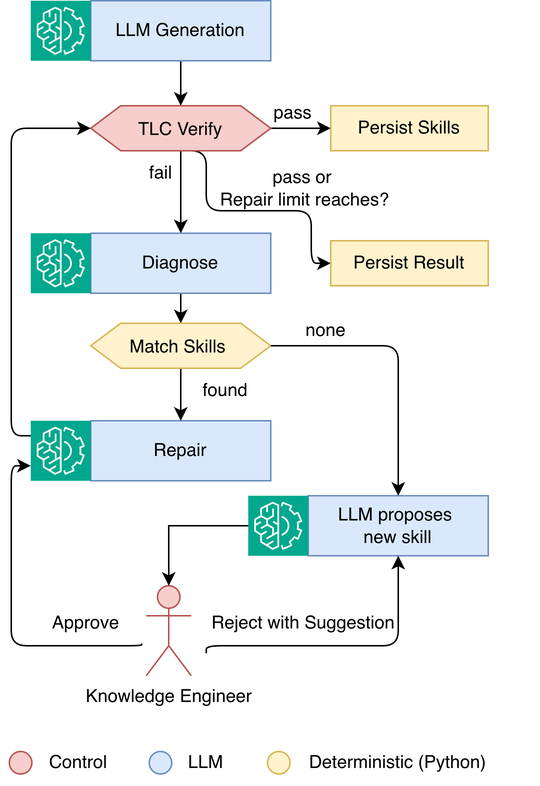
Above: images/AgenticControlLoop.drawio.png in Prof-it/formal-verification (draw.io), before the change. Source tidied: cells renumbered, new cells last; positions are measured from the earlier drawing's top-left corner, leaving out a move shared by most shapes.
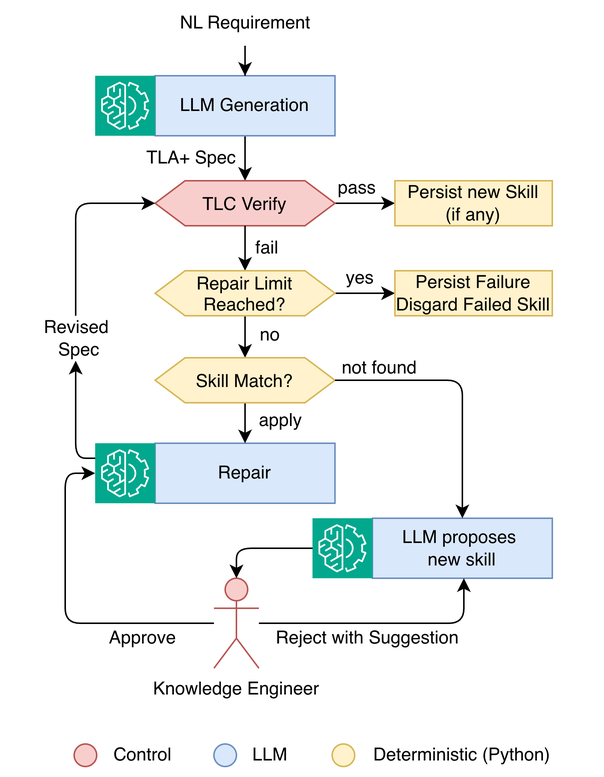
The same diagram one commit later.

Change to the diagram source:
```diff
@@ -6,145 +6,147 @@
       <mxGeometry relative="1" as="geometry" />
     </mxCell>
     <mxCell id="3" value="&lt;font&gt;LLM Generation&lt;/font&gt;" style="rounded=0;whiteSpace=wrap;html=1;fillColor=#dae8fc;strokeColor=#6c8ebf;" parent="1" vertex="1">
-      <mxGeometry x="54" width="120" height="40" as="geometry" />
+      <mxGeometry x="5" width="120" height="40" as="geometry" />
     </mxCell>
-    <mxCell id="4" style="edgeStyle=orthogonalEdgeStyle;rounded=1;jettySize=auto;html=1;curved=0;exitX=0.25;exitY=0;exitDx=0;exitDy=0;" parent="1" edge="1" source="11" target="17">
-      <mxGeometry x="0.27" relative="1" as="geometry">
-        <Array as="points">
-          <mxPoint x="131" y="100" />
-          <mxPoint x="131" y="140" />
-          <mxPoint x="201" y="140" />
-          <mxPoint x="201" y="175" />
-        </Array>
-      </mxGeometry>
+    <mxCell id="4" style="edgeStyle=orthogonalEdgeStyle;rounded=1;jettySize=auto;html=1;curved=0;exitX=1;exitY=0.5;exitDx=0;exitDy=0;" parent="1" edge="1" source="41" target="17">
+      <mxGeometry x="-0.12" relative="1" as="geometry" />
     </mxCell>
-    <mxCell id="5" style="edgeStyle=orthogonalEdgeStyle;rounded=0;jettySize=auto;html=1;entryX=0.5;entryY=0;entryDx=0;entryDy=0;" parent="1" edge="1" source="7" target="10">
-      <mxGeometry relative="1" as="geometry" />
+    <mxCell id="5" style="edgeStyle=orthogonalEdgeStyle;rounded=0;jettySize=auto;html=1;entryX=0.5;entryY=0;entryDx=0;entryDy=0;" parent="1" edge="1" source="41" target="16">
+      <mxGeometry x="0.38" relative="1" as="geometry" />
     </mxCell>
     <mxCell id="6" style="edgeStyle=orthogonalEdgeStyle;rounded=1;jettySize=auto;html=1;curved=0;" parent="1" edge="1" source="7" target="30">
       <mxGeometry x="0.11" relative="1" as="geometry" />
     </mxCell>
     <mxCell id="7" value="&lt;font&gt;TLC Verify&lt;/font&gt;" style="shape=hexagon;perimeter=hexagonPerimeter2;whiteSpace=wrap;html=1;shapeInside=1;fixedSize=1;fillColor=#f8cecc;strokeColor=#b85450;" parent="1" vertex="1">
-      <mxGeometry x="54" y="70" width="120" height="30" as="geometry" />
+      <mxGeometry x="5" y="70" width="120" height="30" as="geometry" />
     </mxCell>
     <mxCell id="8" value="pass" style="text;html=1;whiteSpace=wrap;strokeColor=none;fillColor=none;align=center;verticalAlign=middle;rounded=0;" parent="1" vertex="1">
-      <mxGeometry x="159" y="60" width="60" height="30" as="geometry" />
+      <mxGeometry x="110" y="60" width="60" height="30" as="geometry" />
     </mxCell>
-    <mxCell id="9" style="edgeStyle=orthogonalEdgeStyle;rounded=0;jettySize=auto;html=1;" parent="1" edge="1" source="10" target="16">
-      <mxGeometry relative="1" as="geometry" />
-    </mxCell>
-    <mxCell id="10" value="&lt;font&gt;Diagnose&lt;/font&gt;" style="rounded=0;whiteSpace=wrap;html=1;fillColor=#dae8fc;strokeColor=#6c8ebf;" parent="1" vertex="1">
-      <mxGeometry x="54" y="155" width="120" height="40" as="geometry" />
-    </mxCell>
     <mxCell id="11" value="fail" style="text;html=1;whiteSpace=wrap;strokeColor=none;fillColor=none;align=center;verticalAlign=middle;rounded=0;" parent="1" vertex="1">
-      <mxGeometry x="71" y="100" width="60" height="30" as="geometry" />
+      <mxGeometry x="50" y="100" width="60" height="30" as="geometry" />
     </mxCell>
     <mxCell id="12" style="edgeStyle=orthogonalEdgeStyle;rounded=1;jettySize=auto;html=1;entryX=0;entryY=0.5;entryDx=0;entryDy=0;strokeColor=none;curved=0;" parent="1" edge="1" source="14" target="7">
       <mxGeometry x="-0.19" relative="1" as="geometry">
         <Array as="points">
-          <mxPoint x="11" y="295" />
-          <mxPoint x="11" y="95" />
+          <mxPoint x="-38" y="295" />
+          <mxPoint x="-38" y="95" />
         </Array>
       </mxGeometry>
     </mxCell>
-    <mxCell id="13" style="edgeStyle=orthogonalEdgeStyle;rounded=1;jettySize=auto;html=1;entryX=0;entryY=0.5;entryDx=0;entryDy=0;curved=0;exitX=0;exitY=0.25;exitDx=0;exitDy=0;exitPerimeter=0;" parent="1" edge="1" source="39" target="7">
-      <mxGeometry x="-0.25" relative="1" as="geometry">
+    <mxCell id="13" style="edgeStyle=orthogonalEdgeStyle;rounded=1;jettySize=auto;html=1;entryX=0;entryY=0.5;entryDx=0;entryDy=0;curved=0;" parent="1" edge="1" source="46" target="7">
+      <mxGeometry x="-0.89" relative="1" as="geometry">
         <Array as="points">
-          <mxPoint x="1" y="290" />
-          <mxPoint x="1" y="85" />
+          <mxPoint x="-48" y="85" />
         </Array>
       </mxGeometry>
     </mxCell>
     <mxCell id="14" value="Repair" style="rounded=0;whiteSpace=wrap;html=1;fillColor=#dae8fc;strokeColor=#6c8ebf;" parent="1" vertex="1">
-      <mxGeometry x="54" y="280" width="120" height="40" as="geometry" />
+      <mxGeometry x="5" y="245" width="120" height="40" as="geometry" />
     </mxCell>
     <mxCell id="15" style="edgeStyle=orthogonalEdgeStyle;rounded=0;jettySize=auto;html=1;" parent="1" edge="1" source="16" target="14">
       <mxGeometry relative="1" as="geometry" />
     </mxCell>
-    <mxCell id="16" value="&lt;font&gt;Match Skills&amp;nbsp;&lt;/font&gt;" style="shape=hexagon;perimeter=hexagonPerimeter2;whiteSpace=wrap;html=1;shapeInside=1;fixedSize=1;fillColor=#fff2cc;strokeColor=#d6b656;" parent="1" vertex="1">
-      <mxGeometry x="54" y="215" width="120" height="30" as="geometry" />
+    <mxCell id="16" value="Skill Match?" style="shape=hexagon;perimeter=hexagonPerimeter2;whiteSpace=wrap;html=1;shapeInside=1;fixedSize=1;fillColor=#fff2cc;strokeColor=#d6b656;" parent="1" vertex="1">
+      <mxGeometry x="5" y="188" width="120" height="30" as="geometry" />
     </mxCell>
-    <mxCell id="17" value="Persist&amp;nbsp;&lt;span style=&quot;background-color: transparent; color: light-dark(rgb(0, 0, 0), rgb(255, 255, 255));&quot;&gt;Result&lt;/span&gt;" style="rounded=0;whiteSpace=wrap;html=1;fillColor=#fff2cc;strokeColor=#d6b656;" parent="1" vertex="1">
-      <mxGeometry x="214" y="160" width="105" height="30" as="geometry" />
+    <mxCell id="17" value="Persist&amp;nbsp;&lt;span style=&quot;background-color: transparent; color: light-dark(rgb(0, 0, 0), rgb(255, 255, 255));&quot;&gt;Failure&lt;/span&gt;&lt;div&gt;Disgard Failed Skill&lt;/div&gt;" style="rounded=0;whiteSpace=wrap;html=1;fillColor=#fff2cc;strokeColor=#d6b656;" parent="1" vertex="1">
+      <mxGeometry x="165" y="130" width="105" height="30" as="geometry" />
     </mxCell>
-    <mxCell id="18" value="found" style="text;html=1;whiteSpace=wrap;strokeColor=none;fillColor=none;align=center;verticalAlign=middle;rounded=0;" parent="1" vertex="1">
-      <mxGeometry x="114" y="245" width="60" height="30" as="geometry" />
+    <mxCell id="18" value="apply" style="text;html=1;whiteSpace=wrap;strokeColor=none;fillColor=none;align=center;verticalAlign=middle;rounded=0;" parent="1" vertex="1">
+      <mxGeometry x="59" y="215" width="60" height="30" as="geometry" />
     </mxCell>
     <mxCell id="19" value="LLM proposes&amp;nbsp;&lt;div&gt;new skill&lt;/div&gt;" style="rounded=0;whiteSpace=wrap;html=1;fillColor=#dae8fc;strokeColor=#6c8ebf;" parent="1" vertex="1">
-      <mxGeometry x="199" y="330" width="120" height="40" as="geometry" />
+      <mxGeometry x="150" y="295" width="120" height="40" as="geometry" />
     </mxCell>
     <mxCell id="20" style="edgeStyle=orthogonalEdgeStyle;rounded=1;jettySize=auto;html=1;entryX=0.5;entryY=0;entryDx=0;entryDy=0;exitX=1;exitY=0.5;exitDx=0;exitDy=0;curved=0;" parent="1" edge="1" source="16" target="19">
       <mxGeometry x="0.19" relative="1" as="geometry" />
     </mxCell>
-    <mxCell id="21" style="edgeStyle=orthogonalEdgeStyle;rounded=1;jettySize=auto;html=1;exitX=-0.075;exitY=0.642;exitDx=0;exitDy=0;exitPerimeter=0;curved=0;entryX=0;entryY=0.75;entryDx=0;entryDy=0;entryPerimeter=0;" parent="1" edge="1" target="39">
-      <mxGeometry x="0.07" relative="1" as="geometry">
-        <mxPoint x="88" y="428.5" as="sourcePoint" />
-        <Array as="points">
-          <mxPoint x="88" y="430" />
-          <mxPoint x="1" y="430" />
-          <mxPoint x="1" y="310" />
-        </Array>
-      </mxGeometry>
-    </mxCell>
-    <mxCell id="22" style="edgeStyle=orthogonalEdgeStyle;rounded=1;jettySize=auto;html=1;entryX=0.5;entryY=1;entryDx=0;entryDy=0;exitX=1;exitY=0.75;exitDx=0;exitDy=0;curved=0;" parent="1" edge="1" target="19">
-      <mxGeometry x="0.05" relative="1" as="geometry">
-        <mxPoint x="131" y="435" as="sourcePoint" />
-        <Array as="points">
-          <mxPoint x="131" y="430" />
-          <mxPoint x="259" y="430" />
-        </Array>
-      </mxGeometry>
-    </mxCell>
     <mxCell id="23" style="sketch=0;fontColor=#232F3E;fillColor=#01A88D;strokeColor=#ffffff;dashed=0;verticalLabelPosition=bottom;verticalAlign=top;align=center;html=1;fontSize=12;fontStyle=0;shape=mxgraph.aws4.resourceIcon;resIcon=mxgraph.aws4.machine_learning;" parent="1" vertex="1">
-      <mxGeometry x="14" width="40" height="40" as="geometry" />
+      <mxGeometry x="-35" width="40" height="40" as="geometry" />
     </mxCell>
     <mxCell id="24" style="sketch=0;points=[[0,0,0],[0.25,0,0],[0.5,0,0],[0.75,0,0],[1,0,0],[0,1,0],[0.25,1,0],[0.5,1,0],[0.75,1,0],[1,1,0],[0,0.25,0],[0,0.5,0],[0,0.75,0],[1,0.25,0],[1,0.5,0],[1,0.75,0]];outlineConnect=0;fontColor=#232F3E;fillColor=#01A88D;strokeColor=#ffffff;dashed=0;verticalLabelPosition=bottom;verticalAlign=top;align=center;html=1;fontSize=12;fontStyle=0;shape=mxgraph.aws4.resourceIcon;resIcon=mxgraph.aws4.machine_learning;" parent="1" vertex="1">
-      <mxGeometry x="159" y="330" width="40" height="40" as="geometry" />
+      <mxGeometry x="110" y="295" width="40" height="40" as="geometry" />
     </mxCell>
     <mxCell id="25" value="Approve" style="text;html=1;whiteSpace=wrap;strokeColor=none;fillColor=none;align=center;verticalAlign=middle;rounded=0;" parent="1" vertex="1">
-      <mxGeometry x="21" y="400" width="60" height="30" as="geometry" />
+      <mxGeometry x="-32.8" y="367.5" width="60" height="15" as="geometry" />
     </mxCell>
     <mxCell id="26" value="Reject with Suggestion" style="text;html=1;whiteSpace=wrap;strokeColor=none;fillColor=none;align=center;verticalAlign=middle;rounded=0;" parent="1" vertex="1">
-      <mxGeometry x="131" y="400" width="130" height="30" as="geometry" />
+      <mxGeometry x="82" y="360" width="130" height="30" as="geometry" />
     </mxCell>
     <mxCell id="27" value="Knowledge&amp;nbsp;&lt;span style=&quot;background-color: transparent; color: light-dark(rgb(0, 0, 0), rgb(255, 255, 255));&quot;&gt;Engineer&lt;/span&gt;" style="shape=umlActor;verticalLabelPosition=bottom;verticalAlign=top;html=1;outlineConnect=0;fillColor=#f8cecc;strokeColor=#b85450;" parent="1" vertex="1">
-      <mxGeometry x="91" y="390" width="30" height="60" as="geometry" />
+      <mxGeometry x="44.2" y="335" width="30" height="60" as="geometry" />
     </mxCell>
-    <mxCell id="28" value="none" style="text;html=1;whiteSpace=wrap;strokeColor=none;fillColor=none;align=center;verticalAlign=middle;rounded=0;" parent="1" vertex="1">
-      <mxGeometry x="181" y="205" width="60" height="30" as="geometry" />
+    <mxCell id="28" value="not found" style="text;html=1;whiteSpace=wrap;strokeColor=none;fillColor=none;align=center;verticalAlign=middle;rounded=0;" parent="1" vertex="1">
+      <mxGeometry x="125" y="180" width="60" height="30" as="geometry" />
     </mxCell>
-    <mxCell id="29" style="edgeStyle=orthogonalEdgeStyle;rounded=0;jettySize=auto;html=1;entryX=0.5;entryY=0;entryDx=0;entryDy=0;entryPerimeter=0;" parent="1" edge="1" source="24" target="27">
+    <mxCell id="29" style="edgeStyle=orthogonalEdgeStyle;rounded=1;jettySize=auto;html=1;entryX=0.5;entryY=0;entryDx=0;entryDy=0;entryPerimeter=0;curved=0;" parent="1" edge="1" source="24" target="27">
       <mxGeometry relative="1" as="geometry" />
     </mxCell>
-    <mxCell id="30" value="&lt;span style=&quot;background-color: transparent; color: light-dark(rgb(0, 0, 0), rgb(255, 255, 255));&quot;&gt;Persist Skills&lt;/span&gt;" style="rounded=0;whiteSpace=wrap;html=1;fillColor=#fff2cc;strokeColor=#d6b656;" parent="1" vertex="1">
-      <mxGeometry x="214" y="70" width="105" height="30" as="geometry" />
+    <mxCell id="30" value="&lt;span style=&quot;background-color: transparent; color: light-dark(rgb(0, 0, 0), rgb(255, 255, 255));&quot;&gt;Persist new Skill&lt;/span&gt;&lt;div&gt;&lt;span style=&quot;background-color: transparent; color: light-dark(rgb(0, 0, 0), rgb(255, 255, 255));&quot;&gt;(if any)&lt;/span&gt;&lt;/div&gt;" style="rounded=0;whiteSpace=wrap;html=1;fillColor=#fff2cc;strokeColor=#d6b656;" parent="1" vertex="1">
+      <mxGeometry x="165" y="70" width="105" height="30" as="geometry" />
     </mxCell>
-    <mxCell id="31" style="sketch=0;fontColor=#232F3E;fillColor=#01A88D;strokeColor=#ffffff;dashed=0;verticalLabelPosition=bottom;verticalAlign=top;align=center;html=1;fontSize=12;fontStyle=0;shape=mxgraph.aws4.resourceIcon;resIcon=mxgraph.aws4.machine_learning;" parent="1" vertex="1">
-      <mxGeometry x="14" y="155" width="40" height="40" as="geometry" />
-    </mxCell>
     <mxCell id="32" style="ellipse;whiteSpace=wrap;html=1;shapeInside=1;fillColor=#f8cecc;strokeColor=#b85450;" parent="1" vertex="1">
-      <mxGeometry x="-0.2" y="500.5" width="15" height="15" as="geometry" />
+      <mxGeometry x="-49" y="445.5" width="15" height="15" as="geometry" />
     </mxCell>
     <mxCell id="33" value="Control" style="text;html=1;whiteSpace=wrap;strokeColor=none;fillColor=none;align=center;verticalAlign=middle;rounded=0;" parent="1" vertex="1">
-      <mxGeometry x="16" y="493" width="60" height="30" as="geometry" />
+      <mxGeometry x="-32.8" y="438" width="60" height="30" as="geometry" />
     </mxCell>
     <mxCell id="34" style="ellipse;whiteSpace=wrap;html=1;shapeInside=1;fillColor=#fff2cc;strokeColor=#d6b656;" parent="1" vertex="1">
-      <mxGeometry x="171.9" y="500.5" width="15" height="15" as="geometry" />
+      <mxGeometry x="123.1" y="445.5" width="15" height="15" as="geometry" />
     </mxCell>
     <mxCell id="35" value="Deterministic (Python)" style="text;html=1;whiteSpace=wrap;strokeColor=none;fillColor=none;align=center;verticalAlign=middle;rounded=0;" parent="1" vertex="1">
-      <mxGeometry x="164.9" y="493" width="188.2" height="30" as="geometry" />
+      <mxGeometry x="116.1" y="438" width="188.2" height="30" as="geometry" />
     </mxCell>
     <mxCell id="36" style="ellipse;whiteSpace=wrap;html=1;shapeInside=1;fillColor=#dae8fc;strokeColor=#6c8ebf;" parent="1" vertex="1">
-      <mxGeometry x="93" y="500.5" width="15" height="15" as="geometry" />
+      <mxGeometry x="44.2" y="445.5" width="15" height="15" as="geometry" />
     </mxCell>
     <mxCell id="37" value="LLM" style="text;html=1;whiteSpace=wrap;strokeColor=none;fillColor=none;align=center;verticalAlign=middle;rounded=0;" parent="1" vertex="1">
-      <mxGeometry x="100.5" y="493" width="60" height="30" as="geometry" />
+      <mxGeometry x="51.8" y="438" width="60" height="30" as="geometry" />
     </mxCell>
-    <mxCell id="38" value="pass or&amp;nbsp;&lt;div&gt;Repair limit reaches?&lt;/div&gt;" style="text;html=1;whiteSpace=wrap;strokeColor=none;fillColor=none;align=center;verticalAlign=middle;rounded=0;" parent="1" vertex="1">
-      <mxGeometry x="131.5" y="110" width="130" height="30" as="geometry" />
-    </mxCell>
     <mxCell id="39" style="sketch=0;points=[[0,0,0],[0.25,0,0],[0.5,0,0],[0.75,0,0],[1,0,0],[0,1,0],[0.25,1,0],[0.5,1,0],[0.75,1,0],[1,1,0],[0,0.25,0],[0,0.5,0],[0,0.75,0],[1,0.25,0],[1,0.5,0],[1,0.75,0]];outlineConnect=0;fontColor=#232F3E;fillColor=#01A88D;strokeColor=#ffffff;dashed=0;verticalLabelPosition=bottom;verticalAlign=top;align=center;html=1;fontSize=12;fontStyle=0;shape=mxgraph.aws4.resourceIcon;resIcon=mxgraph.aws4.machine_learning;" parent="1" vertex="1">
-      <mxGeometry x="14" y="280" width="40" height="40" as="geometry" />
+      <mxGeometry x="-35" y="245" width="40" height="40" as="geometry" />
     </mxCell>
+    <mxCell id="40" style="edgeStyle=orthogonalEdgeStyle;rounded=0;jettySize=auto;html=1;" parent="1" edge="1" source="7" target="41">
+      <mxGeometry relative="1" as="geometry" />
+    </mxCell>
+    <mxCell id="41" value="Repair Limit Reached?" style="shape=hexagon;perimeter=hexagonPerimeter2;whiteSpace=wrap;html=1;shapeInside=1;fixedSize=1;fillColor=#fff2cc;strokeColor=#d6b656;" parent="1" vertex="1">
+      <mxGeometry x="5" y="130" width="120" height="30" as="geometry" />
+    </mxCell>
+    <mxCell id="42" value="no" style="text;html=1;whiteSpace=wrap;strokeColor=none;fillColor=none;align=center;verticalAlign=middle;rounded=0;" parent="1" vertex="1">
+      <mxGeometry x="51.5" y="158" width="60" height="30" as="geometry" />
+    </mxCell>
+    <mxCell id="43" value="yes" style="text;html=1;whiteSpace=wrap;strokeColor=none;fillColor=none;align=center;verticalAlign=middle;rounded=0;" parent="1" vertex="1">
+      <mxGeometry x="111.5" y="120" width="60" height="30" as="geometry" />
+    </mxCell>
+    <mxCell id="44" value="TLA+ Spec" style="text;html=1;whiteSpace=wrap;strokeColor=none;fillColor=none;align=center;verticalAlign=middle;rounded=0;" parent="1" vertex="1">
+      <mxGeometry x="-23" y="40" width="105" height="30" as="geometry" />
+    </mxCell>
+    <mxCell id="45" style="edgeStyle=orthogonalEdgeStyle;rounded=1;jettySize=auto;html=1;curved=0;exitX=0;exitY=0.25;exitDx=0;exitDy=0;exitPerimeter=0;" parent="1" edge="1" source="39" target="46">
+      <mxGeometry x="-0.89" relative="1" as="geometry">
+        <Array as="points">
+          <mxPoint x="-48" y="255" />
+        </Array>
+      </mxGeometry>
+    </mxCell>
+    <mxCell id="46" value="Revised&amp;nbsp;&lt;div&gt;Spec&lt;/div&gt;" style="text;html=1;whiteSpace=wrap;strokeColor=none;fillColor=none;align=center;verticalAlign=middle;rounded=0;" parent="1" vertex="1">
+      <mxGeometry x="-98" y="160" width="105" height="30" as="geometry" />
+    </mxCell>
+    <mxCell id="47" style="edgeStyle=orthogonalEdgeStyle;rounded=0;jettySize=auto;html=1;entryX=0.5;entryY=0;entryDx=0;entryDy=0;" parent="1" edge="1" source="48" target="3">
+      <mxGeometry relative="1" as="geometry" />
+    </mxCell>
+    <mxCell id="48" value="NL Requirement" style="text;html=1;whiteSpace=wrap;strokeColor=none;fillColor=none;align=center;verticalAlign=middle;rounded=0;" parent="1" vertex="1">
+      <mxGeometry x="12.5" y="-50" width="105" height="30" as="geometry" />
+    </mxCell>
+    <mxCell id="49" style="edgeStyle=orthogonalEdgeStyle;rounded=1;jettySize=auto;html=1;curved=0;" parent="1" edge="1" source="27" target="19">
+      <mxGeometry relative="1" as="geometry">
+        <Array as="points">
+          <mxPoint x="211" y="365" />
+        </Array>
+      </mxGeometry>
+    </mxCell>
+    <mxCell id="50" style="edgeStyle=orthogonalEdgeStyle;rounded=1;jettySize=auto;html=1;entryX=0;entryY=0.5;entryDx=0;entryDy=0;entryPerimeter=0;curved=0;" parent="1" edge="1" source="27" target="39">
+      <mxGeometry relative="1" as="geometry" />
+    </mxCell>
   </root>
 </mxGraphModel>
```
